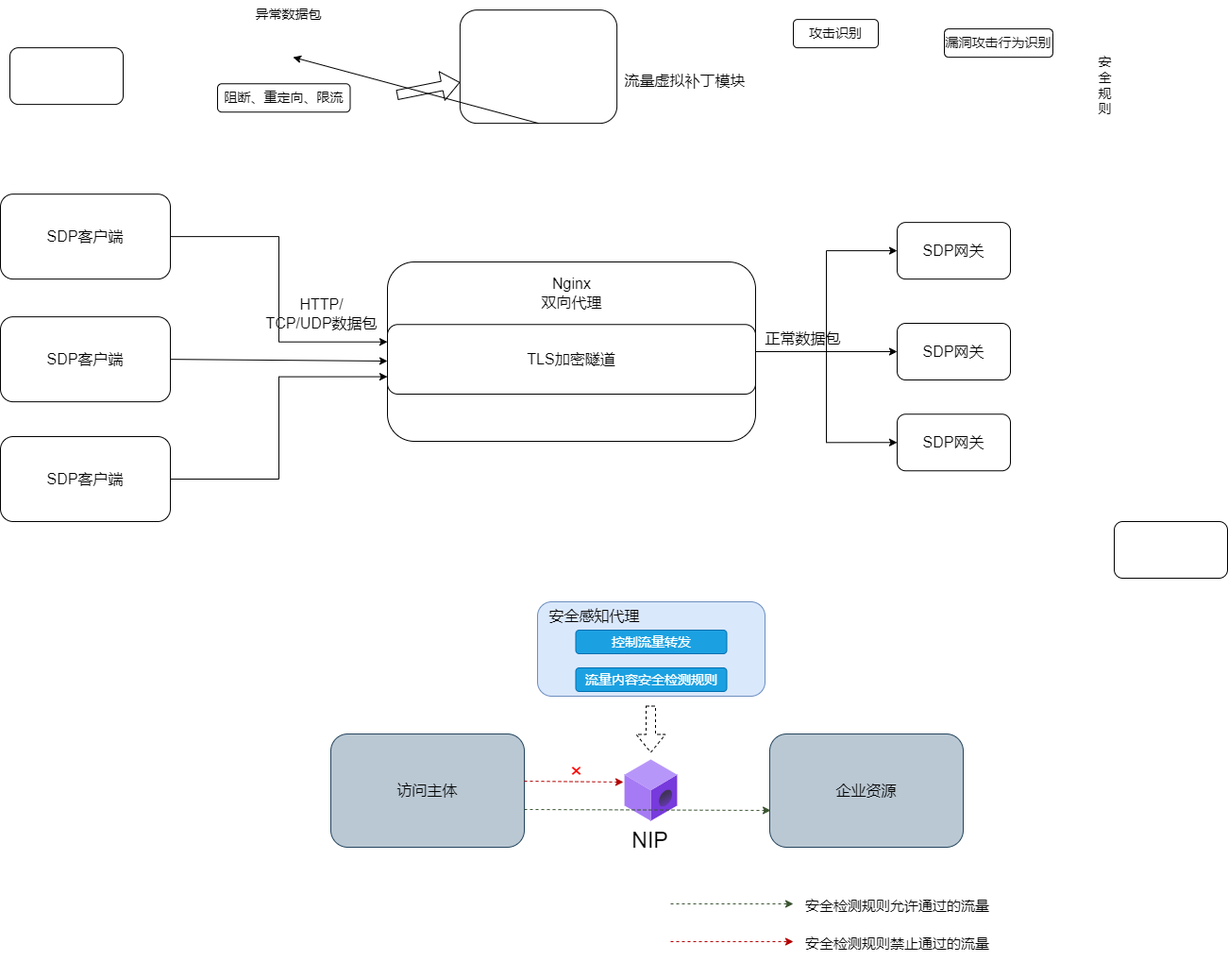
Earlier version of the draw.io export testDirectory/虚拟补丁.drawio.png (Moose1273/-). Source tidied: cells renumbered, new cells last; positions are measured from the earlier drawing's top-left corner, leaving out a move shared by most shapes.
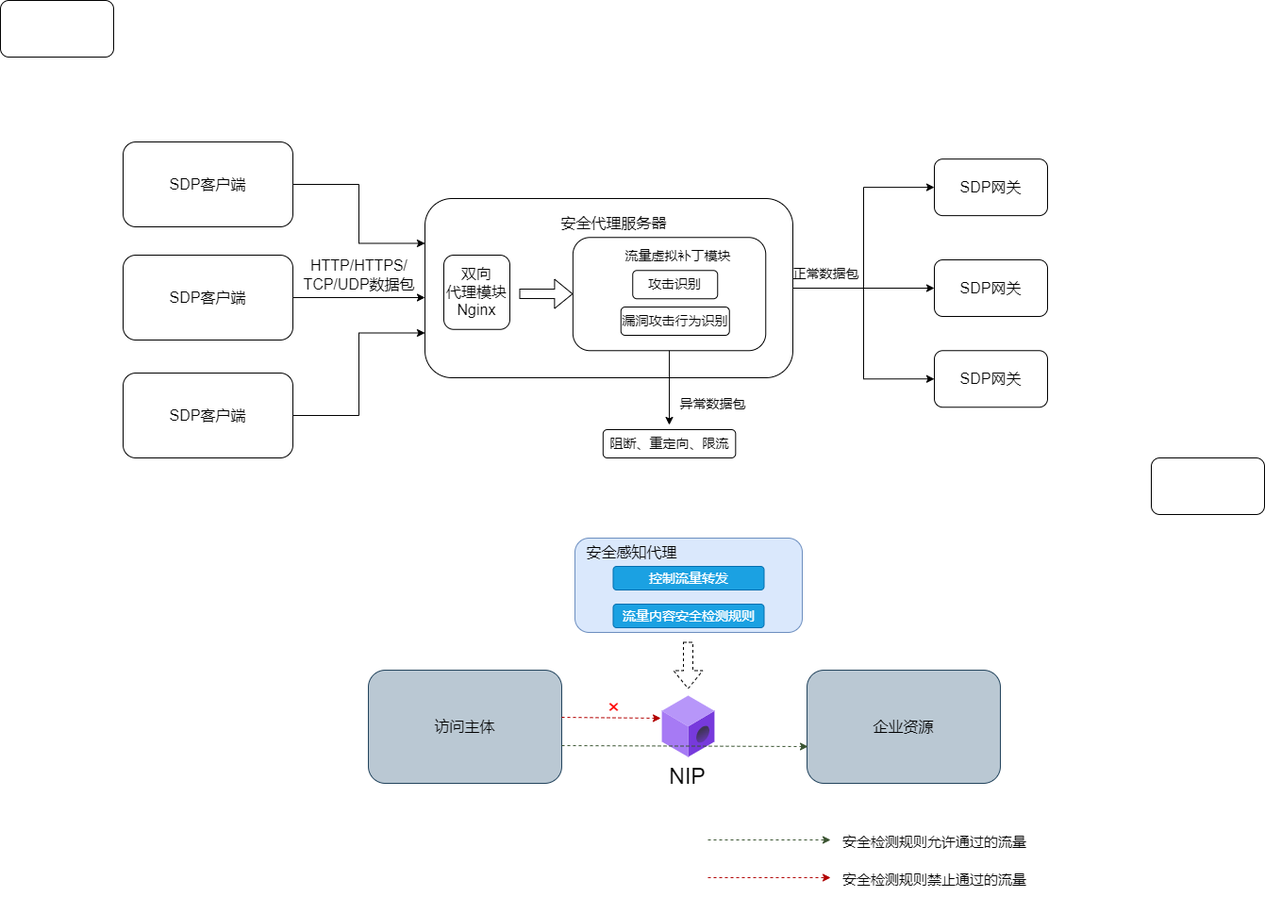
Later version of the same file.

Commit message:
更新虚拟补丁.drawio.png

What changed in the source:
```diff
@@ -14,45 +14,45 @@
     <mxCell id="5" style="rounded=1;whiteSpace=wrap;html=1;" parent="1" vertex="1">
       <mxGeometry x="410" y="290" width="390" height="190" as="geometry" />
     </mxCell>
-    <mxCell id="6" value="&lt;font style=&quot;font-size: 16px;&quot;&gt;TLS加密隧道&lt;br&gt;&lt;/font&gt;" style="rounded=1;whiteSpace=wrap;html=1;rotation=0;direction=north;" parent="1" vertex="1">
-      <mxGeometry x="410" y="356.3" width="390" height="73.7" as="geometry" />
+    <mxCell id="6" value="&lt;font style=&quot;font-size: 16px;&quot;&gt;双向&lt;br style=&quot;border-color: var(--border-color);&quot;&gt;代理模块&lt;br&gt;Nginx&lt;br&gt;&lt;/font&gt;" style="rounded=1;whiteSpace=wrap;html=1;rotation=0;direction=north;" parent="1" vertex="1">
+      <mxGeometry x="430" y="350" width="70" height="78.8" as="geometry" />
     </mxCell>
     <mxCell id="7" style="rounded=1;whiteSpace=wrap;html=1;rotation=90;" parent="1" vertex="1">
-      <mxGeometry x="510" width="120" height="166.2" as="geometry" />
+      <mxGeometry x="609.1" y="289.1" width="120" height="204.4" as="geometry" />
     </mxCell>
     <mxCell id="8" value="&lt;font style=&quot;font-size: 16px;&quot;&gt;SDP客户端&lt;/font&gt;" style="rounded=1;whiteSpace=wrap;html=1;" parent="1" vertex="1">
-      <mxGeometry y="348.1" width="180" height="90" as="geometry" />
+      <mxGeometry x="90" y="350" width="180" height="90" as="geometry" />
     </mxCell>
-    <mxCell id="9" value="HTTP/&lt;br&gt;TCP/UDP数据包" style="text;html=1;align=center;verticalAlign=middle;strokeColor=none;fillColor=none;fontSize=16;" parent="1" vertex="1">
-      <mxGeometry x="270" y="320" width="140" height="50" as="geometry" />
+    <mxCell id="9" value="HTTP/HTTPS/&lt;br&gt;TCP/UDP数据包" style="text;html=1;align=center;verticalAlign=middle;strokeColor=none;fillColor=none;fontSize=16;" parent="1" vertex="1">
+      <mxGeometry x="270" y="346.3" width="140" height="50" as="geometry" />
     </mxCell>
     <mxCell id="10" style="shape=flexArrow;endArrow=classic;html=1;rounded=0;fontSize=16;" parent="1" edge="1" target="7">
       <mxGeometry relative="1" as="geometry">
-        <mxPoint x="420" y="113.1" as="sourcePoint" />
+        <mxPoint x="510" y="391" as="sourcePoint" />
       </mxGeometry>
     </mxCell>
     <mxCell id="11" value="攻击识别" style="rounded=1;whiteSpace=wrap;html=1;fontSize=14;" parent="1" vertex="1">
-      <mxGeometry x="840" y="33.1" width="90" height="30" as="geometry" />
+      <mxGeometry x="630.2" y="366.3" width="90" height="30" as="geometry" />
     </mxCell>
     <mxCell id="12" value="漏洞攻击行为识别" style="rounded=1;whiteSpace=wrap;html=1;fontSize=14;" parent="1" vertex="1">
-      <mxGeometry x="1000" y="43.1" width="115" height="30" as="geometry" />
+      <mxGeometry x="617.8" y="405" width="115" height="30" as="geometry" />
     </mxCell>
     <mxCell id="13" style="endArrow=classic;html=1;rounded=0;fontSize=14;exitX=1;exitY=0.5;exitDx=0;exitDy=0;" parent="1" edge="1" source="7">
       <mxGeometry relative="1" as="geometry">
-        <mxPoint x="310" y="73.1" as="targetPoint" />
+        <mxPoint x="669" y="530" as="targetPoint" />
       </mxGeometry>
     </mxCell>
-    <mxCell id="14" value="&lt;font style=&quot;font-size: 16px;&quot;&gt;流量虚拟补丁模块&lt;/font&gt;" style="text;html=1;align=center;verticalAlign=middle;strokeColor=none;fillColor=none;fontSize=14;" parent="1" vertex="1">
-      <mxGeometry x="650" y="83.1" width="150" height="30" as="geometry" />
+    <mxCell id="14" value="&lt;span style=&quot;font-size: 16px;&quot;&gt;安全代理服务器&lt;/span&gt;" style="text;html=1;align=center;verticalAlign=middle;strokeColor=none;fillColor=none;fontSize=14;" parent="1" vertex="1">
+      <mxGeometry x="540" y="301.2" width="140" height="30" as="geometry" />
     </mxCell>
     <mxCell id="15" value="阻断、重定向、限流" style="rounded=1;whiteSpace=wrap;html=1;fontSize=14;" parent="1" vertex="1">
-      <mxGeometry x="230" y="101.2" width="140.5" height="30" as="geometry" />
+      <mxGeometry x="598.8" y="535" width="140.5" height="30" as="geometry" />
     </mxCell>
-    <mxCell id="16" value="&lt;font style=&quot;font-size: 16px;&quot;&gt;正常数据包&lt;/font&gt;" style="text;html=1;align=center;verticalAlign=middle;strokeColor=none;fillColor=none;fontSize=14;" parent="1" vertex="1">
-      <mxGeometry x="800" y="356.3" width="100" height="30" as="geometry" />
+    <mxCell id="16" value="正常数据包" style="text;html=1;align=center;verticalAlign=middle;strokeColor=none;fillColor=none;fontSize=14;" parent="1" vertex="1">
+      <mxGeometry x="790" y="355" width="90" height="30" as="geometry" />
     </mxCell>
-    <mxCell id="17" value="安&lt;br&gt;全&lt;br&gt;规&lt;br&gt;则" style="text;html=1;align=center;verticalAlign=middle;strokeColor=none;fillColor=none;fontSize=14;" parent="1" vertex="1">
-      <mxGeometry x="1150" y="63.1" width="40" height="80" as="geometry" />
+    <mxCell id="17" value="流量虚拟补丁模块" style="text;html=1;align=center;verticalAlign=middle;strokeColor=none;fillColor=none;fontSize=14;" parent="1" vertex="1">
+      <mxGeometry x="607.8" y="336.3" width="140" height="30" as="geometry" />
     </mxCell>
     <mxCell id="18" style="rounded=1;whiteSpace=wrap;html=1;fontSize=14;fillColor=#dae8fc;strokeColor=#6c8ebf;" parent="1" vertex="1">
       <mxGeometry x="569" y="650" width="241" height="100" as="geometry" />
@@ -117,25 +117,25 @@
       <mxGeometry x="840" y="990" width="220" height="40" as="geometry" />
     </mxCell>
     <mxCell id="34" value="异常数据包" style="text;html=1;align=center;verticalAlign=middle;strokeColor=none;fillColor=none;fontSize=14;" parent="1" vertex="1">
-      <mxGeometry x="260" y="13.1" width="90" height="30" as="geometry" />
+      <mxGeometry x="670" y="493.5" width="90" height="30" as="geometry" />
     </mxCell>
     <mxCell id="35" style="rounded=1;whiteSpace=wrap;html=1;fontSize=16;" parent="1" vertex="1">
-      <mxGeometry x="10" y="63.1" width="120" height="60" as="geometry" />
+      <mxGeometry x="-40" y="80" width="120" height="60" as="geometry" />
     </mxCell>
     <mxCell id="36" value="SDP网关" style="rounded=1;whiteSpace=wrap;html=1;fontSize=16;" parent="1" vertex="1">
       <mxGeometry x="950" y="248.1" width="120" height="60" as="geometry" />
     </mxCell>
-    <mxCell id="37" style="edgeStyle=orthogonalEdgeStyle;rounded=0;jettySize=auto;html=1;exitX=1;exitY=0.5;exitDx=0;exitDy=0;fontSize=16;entryX=0.25;entryY=0;entryDx=0;entryDy=0;" parent="1" edge="1" source="38" target="6">
+    <mxCell id="37" style="edgeStyle=orthogonalEdgeStyle;rounded=0;jettySize=auto;html=1;exitX=1;exitY=0.5;exitDx=0;exitDy=0;entryX=0;entryY=0.75;entryDx=0;entryDy=0;fontSize=16;" parent="1" edge="1" source="38" target="5">
       <mxGeometry relative="1" as="geometry" />
     </mxCell>
     <mxCell id="38" value="&lt;font style=&quot;font-size: 16px;&quot;&gt;SDP客户端&lt;/font&gt;" style="rounded=1;whiteSpace=wrap;html=1;" parent="1" vertex="1">
-      <mxGeometry y="475" width="180" height="90" as="geometry" />
+      <mxGeometry x="90" y="475" width="180" height="90" as="geometry" />
     </mxCell>
-    <mxCell id="39" style="edgeStyle=orthogonalEdgeStyle;rounded=0;jettySize=auto;html=1;exitX=1;exitY=0.5;exitDx=0;exitDy=0;fontSize=16;entryX=0.75;entryY=0;entryDx=0;entryDy=0;" parent="1" edge="1" source="40" target="6">
+    <mxCell id="39" style="edgeStyle=orthogonalEdgeStyle;rounded=0;jettySize=auto;html=1;exitX=1;exitY=0.5;exitDx=0;exitDy=0;fontSize=16;entryX=0;entryY=0.25;entryDx=0;entryDy=0;" parent="1" edge="1" source="40" target="5">
       <mxGeometry relative="1" as="geometry" />
     </mxCell>
     <mxCell id="40" value="&lt;font style=&quot;font-size: 16px;&quot;&gt;SDP客户端&lt;/font&gt;" style="rounded=1;whiteSpace=wrap;html=1;" parent="1" vertex="1">
-      <mxGeometry y="218.1" width="180" height="90" as="geometry" />
+      <mxGeometry x="90" y="230" width="180" height="90" as="geometry" />
     </mxCell>
     <mxCell id="41" value="SDP网关" style="rounded=1;whiteSpace=wrap;html=1;fontSize=16;" parent="1" vertex="1">
       <mxGeometry x="950" y="355" width="120" height="60" as="geometry" />
@@ -151,8 +151,5 @@
         <mxPoint x="410" y="395" as="targetPoint" />
       </mxGeometry>
     </mxCell>
-    <mxCell id="45" value="Nginx&lt;br style=&quot;border-color: var(--border-color);&quot;&gt;&lt;span style=&quot;&quot;&gt;双向代理&lt;/span&gt;" style="text;html=1;align=center;verticalAlign=middle;strokeColor=none;fillColor=none;fontSize=16;" parent="1" vertex="1">
-      <mxGeometry x="560" y="298.1" width="90" height="50" as="geometry" />
-    </mxCell>
   </root>
 </mxGraphModel>
```
